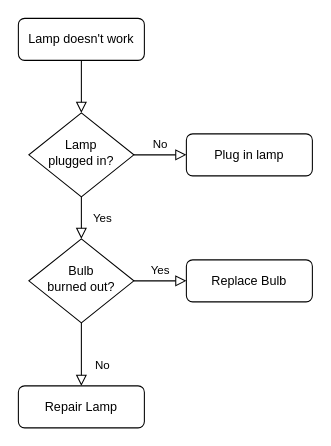
Above: Diagrama sin título.drawio.xml in Jroa17/MagisOnWSA (draw.io), before the change. Source tidied: cells renumbered, new cells numbered last; positions are measured from the earlier drawing's top-left corner, leaving out a move shared by most shapes. Both pictures are drawn from the tidied source at 105%, with x=0, y=0 at pixel (18, 18).
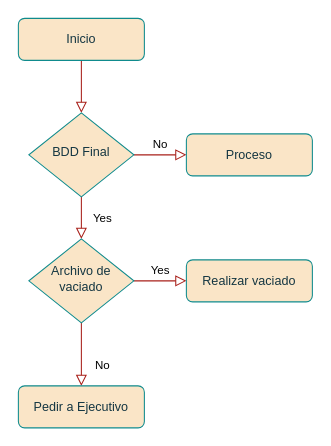
After the change.

What changed in the source:
```diff
@@
 <mxGraphModel>
   <root>
     <mxCell id="0" />
     <mxCell id="1" parent="0" />
-    <mxCell id="2" style="rounded=0;html=1;jettySize=auto;fontSize=11;endArrow=block;endFill=0;endSize=8;strokeWidth=1;shadow=0;labelBackgroundColor=none;edgeStyle=orthogonalEdgeStyle;" parent="1" edge="1" source="3" target="6">
+    <mxCell id="2" style="rounded=0;html=1;jettySize=auto;fontSize=11;endArrow=block;endFill=0;endSize=8;strokeWidth=1;shadow=0;labelBackgroundColor=none;edgeStyle=orthogonalEdgeStyle;strokeColor=#A8201A;fontColor=default;" parent="1" edge="1" source="3" target="6">
       <mxGeometry relative="1" as="geometry" />
     </mxCell>
-    <mxCell id="3" value="Lamp doesn't work" style="rounded=1;whiteSpace=wrap;html=1;fontSize=12;glass=0;strokeWidth=1;shadow=0;" parent="1" vertex="1">
+    <mxCell id="3" value="Inicio" style="rounded=1;whiteSpace=wrap;html=1;fontSize=12;glass=0;strokeWidth=1;shadow=0;labelBackgroundColor=none;fillColor=#FAE5C7;strokeColor=#0F8B8D;fontColor=#143642;" parent="1" vertex="1">
       <mxGeometry width="120" height="40" as="geometry" />
     </mxCell>
-    <mxCell id="4" value="Yes" style="rounded=0;html=1;jettySize=auto;fontSize=11;endArrow=block;endFill=0;endSize=8;strokeWidth=1;shadow=0;labelBackgroundColor=none;edgeStyle=orthogonalEdgeStyle;" parent="1" edge="1" source="6" target="10">
+    <mxCell id="4" value="Yes" style="rounded=0;html=1;jettySize=auto;fontSize=11;endArrow=block;endFill=0;endSize=8;strokeWidth=1;shadow=0;labelBackgroundColor=none;edgeStyle=orthogonalEdgeStyle;strokeColor=#A8201A;fontColor=default;" parent="1" edge="1" source="6" target="10">
       <mxGeometry y="20" relative="1" as="geometry" />
     </mxCell>
-    <mxCell id="5" value="No" style="edgeStyle=orthogonalEdgeStyle;rounded=0;html=1;jettySize=auto;fontSize=11;endArrow=block;endFill=0;endSize=8;strokeWidth=1;shadow=0;labelBackgroundColor=none;" parent="1" edge="1" source="6" target="7">
+    <mxCell id="5" value="No" style="edgeStyle=orthogonalEdgeStyle;rounded=0;html=1;jettySize=auto;fontSize=11;endArrow=block;endFill=0;endSize=8;strokeWidth=1;shadow=0;labelBackgroundColor=none;strokeColor=#A8201A;fontColor=default;" parent="1" edge="1" source="6" target="7">
       <mxGeometry y="10" relative="1" as="geometry" />
     </mxCell>
-    <mxCell id="6" value="Lamp&lt;br&gt;plugged in?" style="rhombus;whiteSpace=wrap;html=1;shadow=0;fontFamily=Helvetica;fontSize=12;align=center;strokeWidth=1;spacing=6;spacingTop=-4;" parent="1" vertex="1">
+    <mxCell id="6" value="BDD Final" style="rhombus;whiteSpace=wrap;html=1;shadow=0;fontFamily=Helvetica;fontSize=12;align=center;strokeWidth=1;spacing=6;spacingTop=-4;labelBackgroundColor=none;fillColor=#FAE5C7;strokeColor=#0F8B8D;fontColor=#143642;" parent="1" vertex="1">
       <mxGeometry x="10" y="90" width="100" height="80" as="geometry" />
     </mxCell>
-    <mxCell id="7" value="Plug in lamp" style="rounded=1;whiteSpace=wrap;html=1;fontSize=12;glass=0;strokeWidth=1;shadow=0;" parent="1" vertex="1">
+    <mxCell id="7" value="Proceso" style="rounded=1;whiteSpace=wrap;html=1;fontSize=12;glass=0;strokeWidth=1;shadow=0;labelBackgroundColor=none;fillColor=#FAE5C7;strokeColor=#0F8B8D;fontColor=#143642;" parent="1" vertex="1">
       <mxGeometry x="160" y="110" width="120" height="40" as="geometry" />
     </mxCell>
-    <mxCell id="8" value="No" style="rounded=0;html=1;jettySize=auto;fontSize=11;endArrow=block;endFill=0;endSize=8;strokeWidth=1;shadow=0;labelBackgroundColor=none;edgeStyle=orthogonalEdgeStyle;" parent="1" edge="1" source="10" target="11">
+    <mxCell id="8" value="No" style="rounded=0;html=1;jettySize=auto;fontSize=11;endArrow=block;endFill=0;endSize=8;strokeWidth=1;shadow=0;labelBackgroundColor=none;edgeStyle=orthogonalEdgeStyle;strokeColor=#A8201A;fontColor=default;" parent="1" edge="1" source="10" target="11">
       <mxGeometry x="0.33" y="20" relative="1" as="geometry" />
     </mxCell>
-    <mxCell id="9" value="Yes" style="edgeStyle=orthogonalEdgeStyle;rounded=0;html=1;jettySize=auto;fontSize=11;endArrow=block;endFill=0;endSize=8;strokeWidth=1;shadow=0;labelBackgroundColor=none;" parent="1" edge="1" source="10" target="12">
+    <mxCell id="9" value="Yes" style="edgeStyle=orthogonalEdgeStyle;rounded=0;html=1;jettySize=auto;fontSize=11;endArrow=block;endFill=0;endSize=8;strokeWidth=1;shadow=0;labelBackgroundColor=none;strokeColor=#A8201A;fontColor=default;" parent="1" edge="1" source="10" target="12">
       <mxGeometry y="10" relative="1" as="geometry" />
     </mxCell>
-    <mxCell id="10" value="Bulb&lt;br&gt;burned out?" style="rhombus;whiteSpace=wrap;html=1;shadow=0;fontFamily=Helvetica;fontSize=12;align=center;strokeWidth=1;spacing=6;spacingTop=-4;" parent="1" vertex="1">
+    <mxCell id="10" value="Archivo de vaciado" style="rhombus;whiteSpace=wrap;html=1;shadow=0;fontFamily=Helvetica;fontSize=12;align=center;strokeWidth=1;spacing=6;spacingTop=-4;labelBackgroundColor=none;fillColor=#FAE5C7;strokeColor=#0F8B8D;fontColor=#143642;" parent="1" vertex="1">
       <mxGeometry x="10" y="210" width="100" height="80" as="geometry" />
     </mxCell>
-    <mxCell id="11" value="Repair Lamp" style="rounded=1;whiteSpace=wrap;html=1;fontSize=12;glass=0;strokeWidth=1;shadow=0;" parent="1" vertex="1">
+    <mxCell id="11" value="Pedir a Ejecutivo" style="rounded=1;whiteSpace=wrap;html=1;fontSize=12;glass=0;strokeWidth=1;shadow=0;labelBackgroundColor=none;fillColor=#FAE5C7;strokeColor=#0F8B8D;fontColor=#143642;" parent="1" vertex="1">
       <mxGeometry y="350" width="120" height="40" as="geometry" />
     </mxCell>
-    <mxCell id="12" value="Replace Bulb" style="rounded=1;whiteSpace=wrap;html=1;fontSize=12;glass=0;strokeWidth=1;shadow=0;" parent="1" vertex="1">
+    <mxCell id="12" value="Realizar vaciado" style="rounded=1;whiteSpace=wrap;html=1;fontSize=12;glass=0;strokeWidth=1;shadow=0;labelBackgroundColor=none;fillColor=#FAE5C7;strokeColor=#0F8B8D;fontColor=#143642;" parent="1" vertex="1">
       <mxGeometry x="160" y="230" width="120" height="40" as="geometry" />
     </mxCell>
   </root>
 </mxGraphModel>
```
